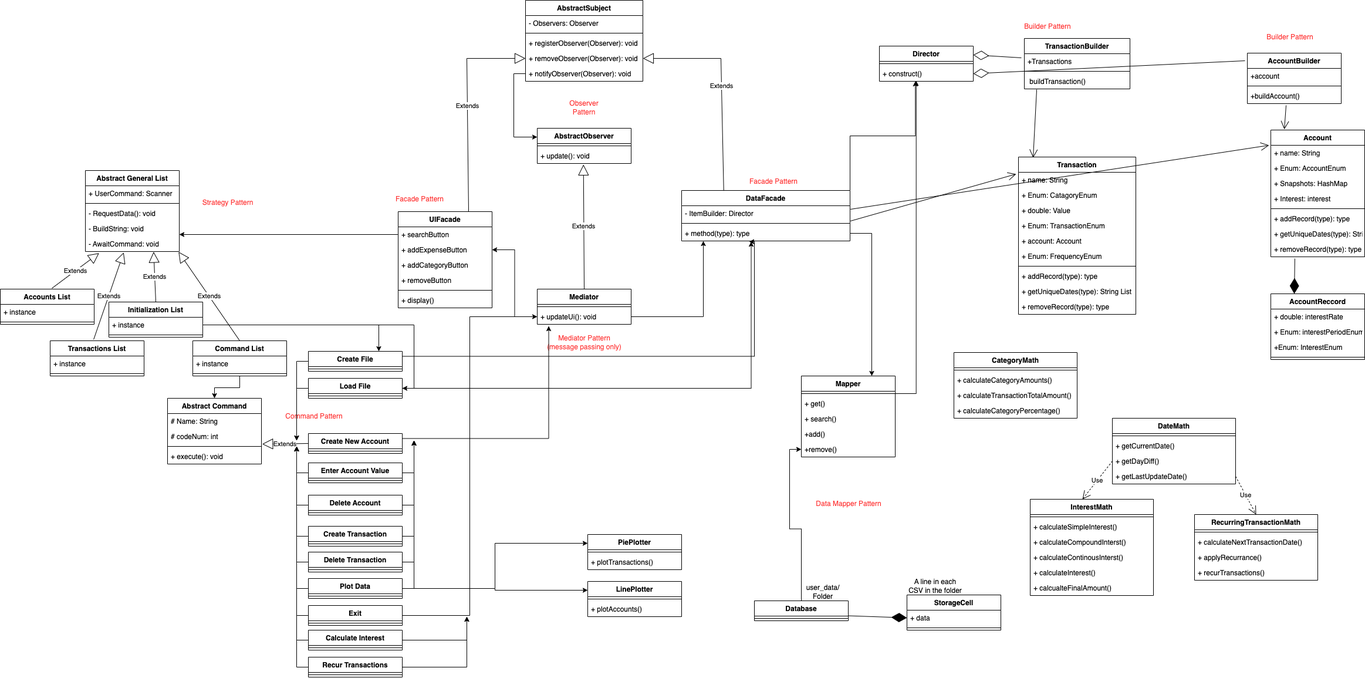
Above: FinanceTrackerClassDiagram_P7.drawio.png in Chaps42/FinanceTrackerJava (draw.io), before the change. Source tidied: cells renumbered, new cells last; positions are measured from the earlier drawing's top-left corner, leaving out a move shared by most shapes.
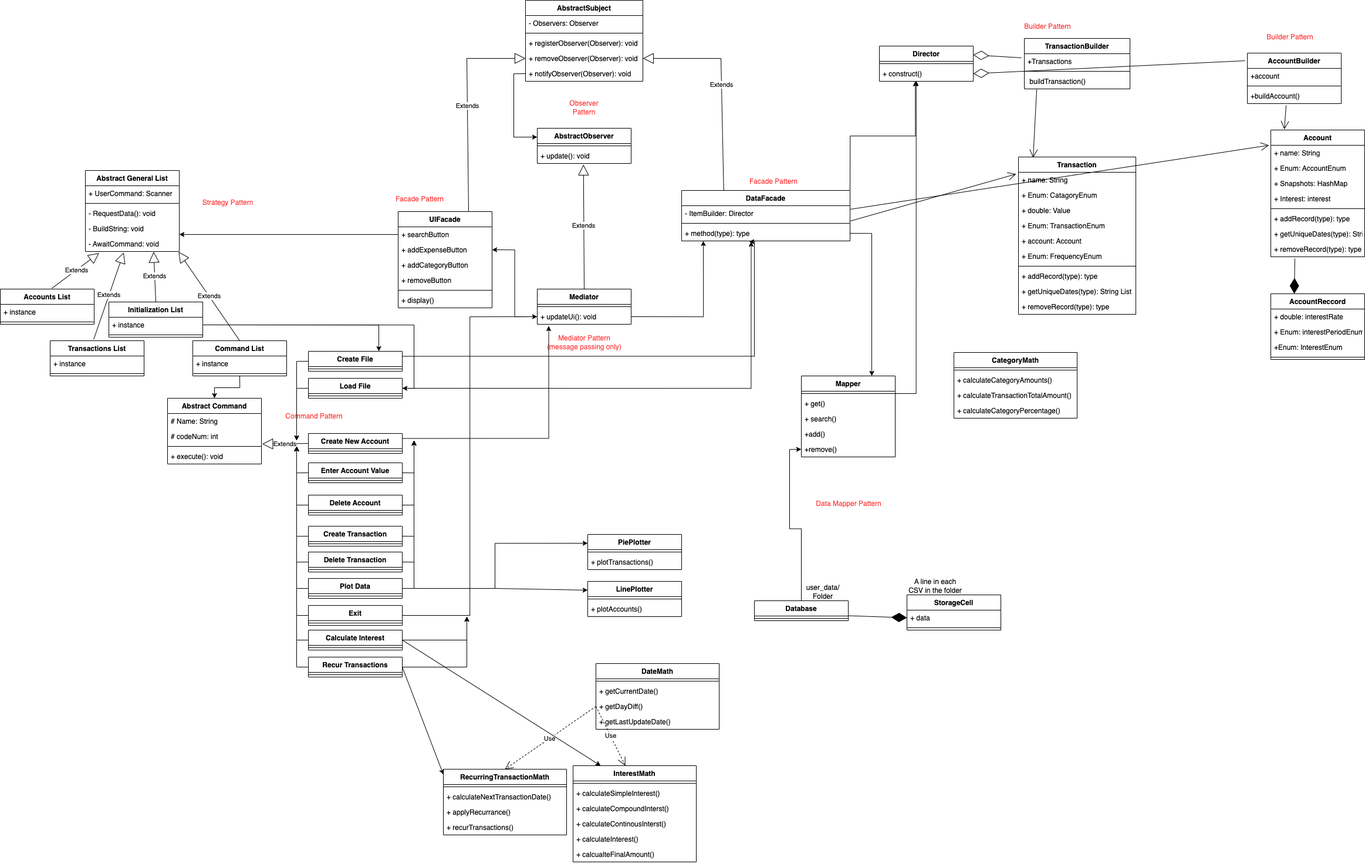
Above is the later version.

Diff of the diagram source:
```diff
@@ -399,7 +399,7 @@
       <mxGeometry relative="1" as="geometry" />
     </mxCell>
     <mxCell id="127" value="DateMath" style="swimlane;fontStyle=1;align=center;verticalAlign=top;horizontal=1;startSize=26;" parent="1" vertex="1">
-      <mxGeometry x="1895" y="712" width="210" height="112" as="geometry" />
+      <mxGeometry x="1015" y="1130" width="210" height="112" as="geometry" />
     </mxCell>
     <mxCell id="128" style="line;strokeWidth=1;fillColor=none;align=left;verticalAlign=middle;spacingTop=-1;spacingLeft=3;spacingRight=3;labelPosition=right;strokeColor=inherit;" parent="127" vertex="1">
       <mxGeometry y="26" width="210" height="8" as="geometry" />
@@ -429,7 +429,7 @@
       <mxGeometry y="86" width="160" height="26" as="geometry" />
     </mxCell>
     <mxCell id="137" value="InterestMath" style="swimlane;fontStyle=1;align=center;verticalAlign=top;horizontal=1;startSize=26;" parent="1" vertex="1">
-      <mxGeometry x="1755" y="850" width="210" height="164" as="geometry" />
+      <mxGeometry x="976" y="1304" width="210" height="164" as="geometry" />
     </mxCell>
     <mxCell id="138" style="line;strokeWidth=1;fillColor=none;align=left;verticalAlign=middle;spacingTop=-1;spacingLeft=3;spacingRight=3;labelPosition=right;strokeColor=inherit;" parent="137" vertex="1">
       <mxGeometry y="26" width="210" height="8" as="geometry" />
@@ -450,7 +450,7 @@
       <mxGeometry y="138" width="210" height="26" as="geometry" />
     </mxCell>
     <mxCell id="144" value="RecurringTransactionMath" style="swimlane;fontStyle=1;align=center;verticalAlign=top;horizontal=1;startSize=26;" parent="1" vertex="1">
-      <mxGeometry x="2035" y="876" width="210" height="112" as="geometry" />
+      <mxGeometry x="755" y="1310" width="210" height="112" as="geometry" />
     </mxCell>
     <mxCell id="145" style="line;strokeWidth=1;fillColor=none;align=left;verticalAlign=middle;spacingTop=-1;spacingLeft=3;spacingRight=3;labelPosition=right;strokeColor=inherit;" parent="144" vertex="1">
       <mxGeometry y="26" width="210" height="8" as="geometry" />
@@ -476,7 +476,7 @@
     <mxCell id="152" value="Use" style="endArrow=open;endSize=12;dashed=1;html=1;rounded=0;exitX=0;exitY=0.5;exitDx=0;exitDy=0;entryX=0.424;entryY=0;entryDx=0;entryDy=0;entryPerimeter=0;" parent="1" edge="1" source="130" target="137">
       <mxGeometry relative="1" as="geometry" />
     </mxCell>
-    <mxCell id="153" value="Use" style="endArrow=open;endSize=12;dashed=1;html=1;rounded=0;exitX=1;exitY=0.5;exitDx=0;exitDy=0;entryX=0.5;entryY=0;entryDx=0;entryDy=0;" parent="1" edge="1" source="131" target="144">
+    <mxCell id="153" value="Use" style="endArrow=open;endSize=12;dashed=1;html=1;rounded=0;exitX=0;exitY=0.5;exitDx=0;exitDy=0;entryX=0.5;entryY=0;entryDx=0;entryDy=0;" parent="1" edge="1" source="130" target="144">
       <mxGeometry relative="1" as="geometry" />
     </mxCell>
     <mxCell id="154" style="edgeStyle=orthogonalEdgeStyle;rounded=0;jettySize=auto;html=1;exitX=1;exitY=0.25;exitDx=0;exitDy=0;entryX=0.122;entryY=1.115;entryDx=0;entryDy=0;entryPerimeter=0;" parent="1" edge="1" source="155" target="89">
@@ -691,5 +691,11 @@
     <mxCell id="208" style="line;strokeWidth=1;fillColor=none;align=left;verticalAlign=middle;spacingTop=-1;spacingLeft=3;spacingRight=3;labelPosition=right;strokeColor=inherit;" parent="207" vertex="1">
       <mxGeometry y="26" width="160" height="8" as="geometry" />
     </mxCell>
+    <mxCell id="209" style="endArrow=classic;html=1;rounded=0;entryX=0.224;entryY=0;entryDx=0;entryDy=0;entryPerimeter=0;exitX=1;exitY=0.5;exitDx=0;exitDy=0;" parent="1" edge="1" source="203" target="137">
+      <mxGeometry relative="1" as="geometry" />
+    </mxCell>
+    <mxCell id="210" style="endArrow=classic;html=1;rounded=0;entryX=0;entryY=0.08;entryDx=0;entryDy=0;entryPerimeter=0;exitX=1;exitY=0.5;exitDx=0;exitDy=0;" parent="1" edge="1" source="207" target="144">
+      <mxGeometry relative="1" as="geometry" />
+    </mxCell>
   </root>
 </mxGraphModel>
```
